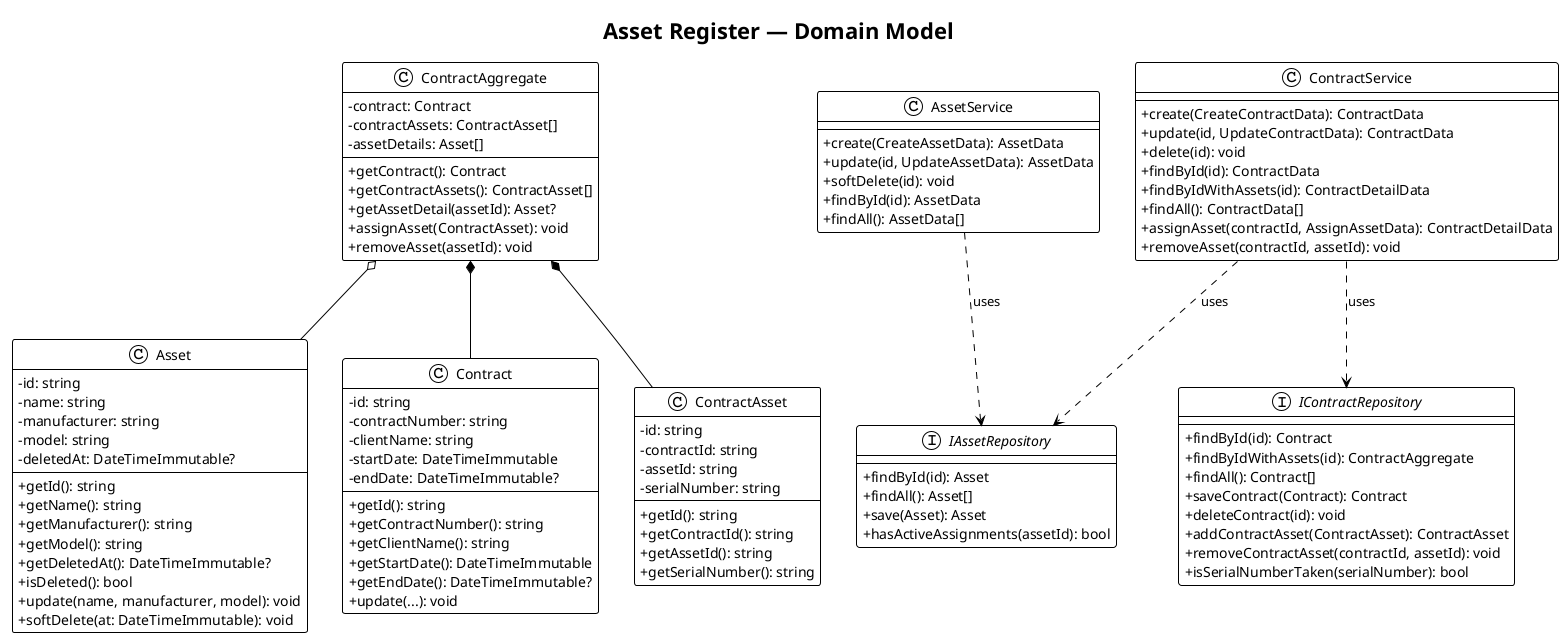
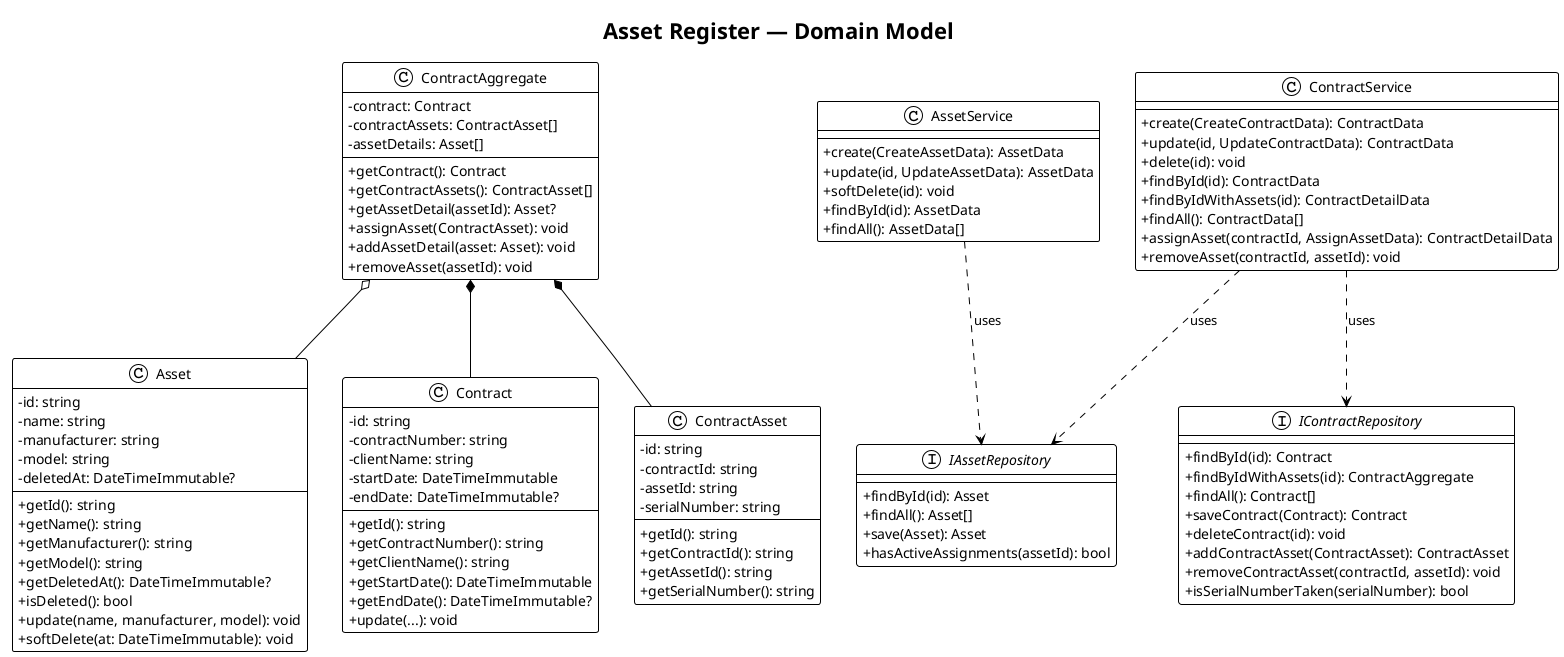
@startuml domain-model
!theme plain
skinparam classAttributeIconSize 0

title Asset Register — Domain Model

class Asset {
    -id: string
    -name: string
    -manufacturer: string
    -model: string
    -deletedAt: DateTimeImmutable?
    +getId(): string
    +getName(): string
    +getManufacturer(): string
    +getModel(): string
    +getDeletedAt(): DateTimeImmutable?
    +isDeleted(): bool
    +update(name, manufacturer, model): void
    +softDelete(at: DateTimeImmutable): void
}

class Contract {
    -id: string
    -contractNumber: string
    -clientName: string
    -startDate: DateTimeImmutable
    -endDate: DateTimeImmutable?
    +getId(): string
    +getContractNumber(): string
    +getClientName(): string
    +getStartDate(): DateTimeImmutable
    +getEndDate(): DateTimeImmutable?
    +update(...): void
}

class ContractAsset {
    -id: string
    -contractId: string
    -assetId: string
    -serialNumber: string
    +getId(): string
    +getContractId(): string
    +getAssetId(): string
    +getSerialNumber(): string
}

class ContractAggregate {
    -contract: Contract
    -contractAssets: ContractAsset[]
    -assetDetails: Asset[]
    +getContract(): Contract
    +getContractAssets(): ContractAsset[]
    +getAssetDetail(assetId): Asset?
    +assignAsset(ContractAsset): void
+     +addAssetDetail(asset: Asset): void
    +removeAsset(assetId): void
}

interface IAssetRepository {
    +findById(id): Asset
    +findAll(): Asset[]
    +save(Asset): Asset
    +hasActiveAssignments(assetId): bool
}

interface IContractRepository {
    +findById(id): Contract
    +findByIdWithAssets(id): ContractAggregate
    +findAll(): Contract[]
    +saveContract(Contract): Contract
    +deleteContract(id): void
    +addContractAsset(ContractAsset): ContractAsset
    +removeContractAsset(contractId, assetId): void
    +isSerialNumberTaken(serialNumber): bool
}

class AssetService {
    +create(CreateAssetData): AssetData
    +update(id, UpdateAssetData): AssetData
    +softDelete(id): void
    +findById(id): AssetData
    +findAll(): AssetData[]
}

class ContractService {
    +create(CreateContractData): ContractData
    +update(id, UpdateContractData): ContractData
    +delete(id): void
    +findById(id): ContractData
    +findByIdWithAssets(id): ContractDetailData
    +findAll(): ContractData[]
    +assignAsset(contractId, AssignAssetData): ContractDetailData
    +removeAsset(contractId, assetId): void
}

ContractAggregate *-- Contract
ContractAggregate *-- ContractAsset
ContractAggregate o-- Asset

AssetService ..> IAssetRepository : uses
ContractService ..> IContractRepository : uses
ContractService ..> IAssetRepository : uses

@enduml
